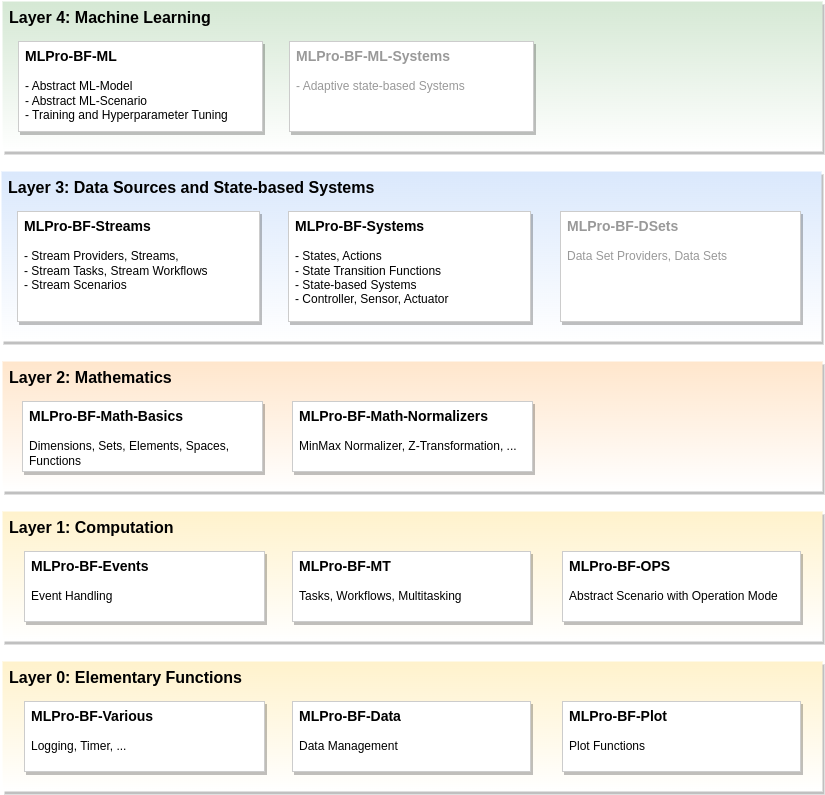
Above: doc/rtd/content/02_basic_functions/mlpro_bf/sub/images/MLPro-BF_Overview.drawio.png in fhswf/MLPro (draw.io), before the change. Source tidied: cells renumbered, new cells last; positions are measured from the earlier drawing's top-left corner, leaving out a move shared by most shapes.
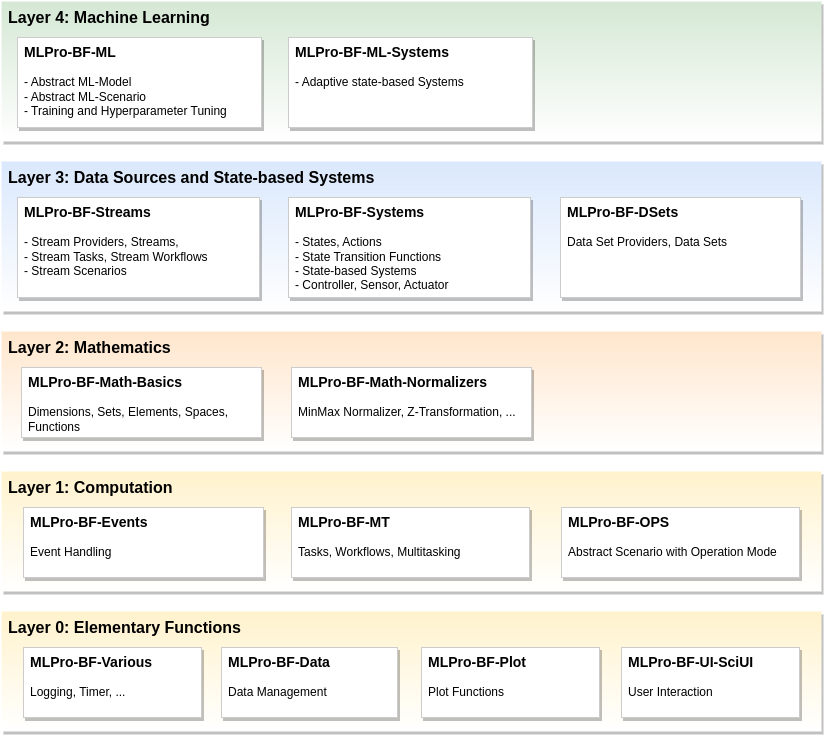
The same file after the commit.

Diff of the diagram source:
```diff
@@ -3,58 +3,61 @@
     <mxCell id="0" />
     <mxCell id="1" parent="0" />
     <mxCell id="2" value="Layer 0: Elementary Functions" style="rounded=0;whiteSpace=wrap;html=1;shadow=1;glass=0;fontSize=16;align=left;labelPosition=center;verticalLabelPosition=middle;verticalAlign=top;spacingLeft=5;fontStyle=1;strokeColor=none;fillColor=#fff2cc;strokeWidth=1;fontFamily=Helvetica;gradientColor=#FFFFFF;" parent="1" vertex="1">
-      <mxGeometry x="1" y="660" width="820" height="130" as="geometry" />
+      <mxGeometry x="1" y="610" width="820" height="120" as="geometry" />
     </mxCell>
     <mxCell id="3" value="Layer 3: Data Sources and State-based Systems" style="rounded=0;whiteSpace=wrap;html=1;shadow=1;glass=0;fontSize=16;align=left;labelPosition=center;verticalLabelPosition=middle;verticalAlign=top;spacingLeft=5;spacingRight=5;fontStyle=1;fillColor=#dae8fc;strokeColor=none;strokeWidth=2;gradientColor=#FFFFFF;" parent="1" vertex="1">
-      <mxGeometry y="170" width="820" height="170" as="geometry" />
+      <mxGeometry x="1" y="160" width="820" height="150" as="geometry" />
     </mxCell>
     <mxCell id="4" value="Layer 2: Mathematics" style="rounded=0;whiteSpace=wrap;html=1;shadow=1;glass=0;fontSize=16;align=left;labelPosition=center;verticalLabelPosition=middle;verticalAlign=top;spacingLeft=5;fontStyle=1;fillColor=#ffe6cc;strokeColor=none;strokeWidth=1;gradientColor=#FFFFFF;" parent="1" vertex="1">
-      <mxGeometry x="1" y="360" width="820" height="130" as="geometry" />
+      <mxGeometry x="1" y="330" width="820" height="120" as="geometry" />
     </mxCell>
     <mxCell id="5" value="Layer 1: Computation" style="rounded=0;whiteSpace=wrap;html=1;shadow=1;glass=0;fontSize=16;align=left;labelPosition=center;verticalLabelPosition=middle;verticalAlign=top;spacingLeft=5;fontStyle=1;fillColor=#fff2cc;strokeColor=none;strokeWidth=1;gradientColor=#FFFFFF;" parent="1" vertex="1">
-      <mxGeometry x="1" y="510" width="820" height="130" as="geometry" />
+      <mxGeometry x="1" y="470" width="820" height="120" as="geometry" />
     </mxCell>
     <mxCell id="6" value="&lt;font style=&quot;font-size: 14px;&quot;&gt;MLPro-BF-Various&lt;/font&gt;&lt;br&gt;&lt;span style=&quot;font-weight: normal;&quot;&gt;&lt;br&gt;Logging, Timer, ...&lt;/span&gt;" style="rounded=0;whiteSpace=wrap;html=1;glass=0;shadow=1;align=left;verticalAlign=top;fontStyle=1;spacingLeft=5;strokeColor=#CCCCCC;" parent="1" vertex="1">
-      <mxGeometry x="23" y="700" width="240" height="70" as="geometry" />
+      <mxGeometry x="23" y="646" width="178" height="70" as="geometry" />
     </mxCell>
     <mxCell id="7" value="&lt;font style=&quot;font-size: 14px;&quot;&gt;MLPro-BF-Math-Basics&lt;br&gt;&lt;/font&gt;&lt;span style=&quot;font-weight: normal;&quot;&gt;&lt;br&gt;Dimensions, Sets, Elements, Spaces, Functions&lt;/span&gt;" style="rounded=0;whiteSpace=wrap;html=1;glass=0;shadow=1;align=left;verticalAlign=top;fontStyle=1;spacingLeft=5;strokeColor=#CCCCCC;" parent="1" vertex="1">
-      <mxGeometry x="21" y="400" width="240" height="70" as="geometry" />
+      <mxGeometry x="21" y="366" width="240" height="70" as="geometry" />
     </mxCell>
     <mxCell id="8" value="&lt;font style=&quot;font-size: 14px;&quot;&gt;MLPro-BF-Events&lt;/font&gt;&lt;br&gt;&lt;br&gt;&lt;span style=&quot;font-weight: normal;&quot;&gt;Event Handling&lt;/span&gt;" style="rounded=0;whiteSpace=wrap;html=1;glass=0;shadow=1;align=left;verticalAlign=top;fontStyle=1;spacingLeft=5;strokeColor=#CCCCCC;" parent="1" vertex="1">
-      <mxGeometry x="23" y="550" width="240" height="70" as="geometry" />
+      <mxGeometry x="23" y="506" width="240" height="70" as="geometry" />
     </mxCell>
     <mxCell id="9" value="&lt;font style=&quot;font-size: 14px;&quot;&gt;MLPro-BF-MT &lt;/font&gt;&lt;br&gt;&lt;br&gt;&lt;span style=&quot;font-weight: normal;&quot;&gt;Tasks, Workflows, Multitasking&amp;nbsp;&lt;/span&gt;" style="rounded=0;whiteSpace=wrap;html=1;glass=0;shadow=1;align=left;verticalAlign=top;fontStyle=1;spacingLeft=5;strokeColor=#CCCCCC;" parent="1" vertex="1">
-      <mxGeometry x="291" y="550" width="238" height="70" as="geometry" />
+      <mxGeometry x="291" y="506" width="238" height="70" as="geometry" />
     </mxCell>
     <mxCell id="10" value="&lt;font style=&quot;font-size: 14px;&quot;&gt;MLPro-BF-Streams&lt;/font&gt;&lt;br&gt;&lt;br&gt;&lt;span style=&quot;font-weight: normal;&quot;&gt;- Stream Providers, Streams,&lt;br&gt;- Stream Tasks, Stream Workflows&lt;br&gt;- Stream Scenarios&lt;br&gt;&lt;/span&gt;" style="rounded=0;whiteSpace=wrap;html=1;glass=0;shadow=1;align=left;verticalAlign=top;fontStyle=1;spacingLeft=5;strokeColor=#CCCCCC;" parent="1" vertex="1">
-      <mxGeometry x="16" y="210" width="242" height="110" as="geometry" />
+      <mxGeometry x="17" y="196" width="242" height="100" as="geometry" />
     </mxCell>
     <mxCell id="11" value="&lt;font style=&quot;font-size: 14px;&quot;&gt;MLPro-BF-Data&lt;/font&gt;&lt;br&gt;&lt;span style=&quot;font-weight: normal;&quot;&gt;&lt;br&gt;Data Management&lt;/span&gt;" style="rounded=0;whiteSpace=wrap;html=1;glass=0;shadow=1;align=left;verticalAlign=top;fontStyle=1;spacingLeft=5;strokeColor=#CCCCCC;" parent="1" vertex="1">
-      <mxGeometry x="291" y="700" width="238" height="70" as="geometry" />
+      <mxGeometry x="221" y="646" width="176" height="70" as="geometry" />
     </mxCell>
     <mxCell id="12" value="&lt;font style=&quot;font-size: 14px;&quot;&gt;MLPro-BF-Plot&lt;/font&gt;&lt;br&gt;&lt;span style=&quot;font-weight: normal;&quot;&gt;&lt;br&gt;Plot Functions&lt;/span&gt;" style="rounded=0;whiteSpace=wrap;html=1;glass=0;shadow=1;align=left;verticalAlign=top;fontStyle=1;spacingLeft=5;strokeColor=#CCCCCC;" parent="1" vertex="1">
-      <mxGeometry x="561" y="700" width="238" height="70" as="geometry" />
+      <mxGeometry x="421" y="646" width="178" height="70" as="geometry" />
     </mxCell>
-    <mxCell id="13" value="&lt;font style=&quot;font-size: 14px;&quot;&gt;MLPro-BF-DSets&amp;nbsp;&lt;/font&gt;&lt;br&gt;&lt;br&gt;&lt;span style=&quot;font-weight: normal;&quot;&gt;Data Set Providers, Data Sets&lt;/span&gt;" style="rounded=0;whiteSpace=wrap;html=1;glass=0;shadow=1;align=left;verticalAlign=top;fontStyle=1;spacingLeft=5;strokeColor=#CCCCCC;textOpacity=40;" parent="1" vertex="1">
-      <mxGeometry x="559" y="210" width="240" height="110" as="geometry" />
+    <mxCell id="13" value="&lt;font style=&quot;font-size: 14px;&quot;&gt;MLPro-BF-DSets&amp;nbsp;&lt;/font&gt;&lt;br&gt;&lt;br&gt;&lt;span style=&quot;font-weight: normal;&quot;&gt;Data Set Providers, Data Sets&lt;/span&gt;" style="rounded=0;whiteSpace=wrap;html=1;glass=0;shadow=1;align=left;verticalAlign=top;fontStyle=1;spacingLeft=5;strokeColor=#CCCCCC;" parent="1" vertex="1">
+      <mxGeometry x="560" y="196" width="240" height="100" as="geometry" />
     </mxCell>
     <mxCell id="14" value="&lt;span style=&quot;font-size: 14px;&quot;&gt;MLPro-BF-OPS&lt;br&gt;&lt;/span&gt;&lt;br&gt;&lt;span style=&quot;font-weight: 400;&quot;&gt;Abstract Scenario with Operation Mode&lt;/span&gt;" style="rounded=0;whiteSpace=wrap;html=1;glass=0;shadow=1;align=left;verticalAlign=top;fontStyle=1;spacingLeft=5;strokeColor=#CCCCCC;" parent="1" vertex="1">
-      <mxGeometry x="561" y="550" width="238" height="70" as="geometry" />
+      <mxGeometry x="561" y="506" width="238" height="70" as="geometry" />
     </mxCell>
     <mxCell id="15" value="&lt;font style=&quot;font-size: 14px;&quot;&gt;MLPro-BF-Systems&lt;br&gt;&lt;/font&gt;&lt;span style=&quot;font-weight: normal;&quot;&gt;&lt;br&gt;- States, Actions&lt;br&gt;- State Transition Functions&lt;br&gt;- State-based Systems&lt;br&gt;- Controller, Sensor, Actuator&lt;br&gt;&lt;/span&gt;" style="rounded=0;whiteSpace=wrap;html=1;glass=0;shadow=1;align=left;verticalAlign=top;fontStyle=1;spacingLeft=5;strokeColor=#CCCCCC;" parent="1" vertex="1">
-      <mxGeometry x="287" y="210" width="242" height="110" as="geometry" />
+      <mxGeometry x="288" y="196" width="242" height="100" as="geometry" />
     </mxCell>
     <mxCell id="16" value="Layer 4: Machine Learning" style="rounded=0;whiteSpace=wrap;html=1;shadow=1;glass=0;fontSize=16;align=left;labelPosition=center;verticalLabelPosition=middle;verticalAlign=top;spacingLeft=5;spacingRight=5;fontStyle=1;fillColor=#d5e8d4;strokeColor=none;strokeWidth=2;gradientColor=#FFFFFF;" parent="1" vertex="1">
-      <mxGeometry x="1" width="820" height="150" as="geometry" />
+      <mxGeometry x="1" width="820" height="140" as="geometry" />
     </mxCell>
     <mxCell id="17" value="&lt;font style=&quot;font-size: 14px;&quot;&gt;MLPro-BF-ML&lt;/font&gt;&lt;span style=&quot;background-color: initial; font-weight: normal;&quot;&gt;&lt;br&gt;&lt;/span&gt;&lt;span style=&quot;background-color: initial; font-weight: normal;&quot;&gt;&lt;br&gt;&lt;/span&gt;&lt;span style=&quot;background-color: initial; font-weight: normal;&quot;&gt;- Abstract ML-Model&lt;/span&gt;&lt;span style=&quot;background-color: initial; font-weight: normal;&quot;&gt;&lt;br&gt;&lt;/span&gt;&lt;span style=&quot;background-color: initial; font-weight: normal;&quot;&gt;- Abstract ML-Scenario&lt;/span&gt;&lt;span style=&quot;background-color: initial; font-weight: normal;&quot;&gt;&lt;br&gt;&lt;/span&gt;&lt;span style=&quot;background-color: initial; font-weight: normal;&quot;&gt;- Training and Hyperparameter Tuning&lt;/span&gt;&lt;span style=&quot;background-color: initial; font-weight: normal;&quot;&gt;&lt;br&gt;&lt;/span&gt;&lt;blockquote style=&quot;margin: 0 0 0 40px; border: none; padding: 0px;&quot;&gt;&lt;/blockquote&gt;&lt;blockquote style=&quot;margin: 0 0 0 40px; border: none; padding: 0px;&quot;&gt;&lt;/blockquote&gt;" style="rounded=0;whiteSpace=wrap;html=1;glass=0;shadow=1;align=left;verticalAlign=top;fontStyle=1;spacingLeft=5;strokeColor=#CCCCCC;" parent="1" vertex="1">
-      <mxGeometry x="17" y="40" width="244" height="90" as="geometry" />
+      <mxGeometry x="17" y="36" width="244" height="90" as="geometry" />
     </mxCell>
     <mxCell id="18" value="&lt;font style=&quot;font-size: 14px;&quot;&gt;MLPro-BF-Math-Normalizers&lt;br&gt;&lt;/font&gt;&lt;span style=&quot;font-weight: normal;&quot;&gt;&lt;br&gt;MinMax Normalizer, Z-Transformation, ...&lt;/span&gt;" style="rounded=0;whiteSpace=wrap;html=1;glass=0;shadow=1;align=left;verticalAlign=top;fontStyle=1;spacingLeft=5;strokeColor=#CCCCCC;" parent="1" vertex="1">
-      <mxGeometry x="291" y="400" width="240" height="70" as="geometry" />
+      <mxGeometry x="291" y="366" width="240" height="70" as="geometry" />
     </mxCell>
-    <mxCell id="19" value="&lt;font style=&quot;font-size: 14px;&quot;&gt;MLPro-BF-ML-Systems&lt;/font&gt;&lt;span style=&quot;background-color: initial; font-weight: normal;&quot;&gt;&lt;br&gt;&lt;/span&gt;&lt;span style=&quot;background-color: initial; font-weight: normal;&quot;&gt;&lt;br&gt;- Adaptive state-based Systems&lt;/span&gt;&lt;span style=&quot;background-color: initial; font-weight: normal;&quot;&gt;&lt;br&gt;&lt;/span&gt;&lt;blockquote style=&quot;margin: 0 0 0 40px; border: none; padding: 0px;&quot;&gt;&lt;/blockquote&gt;&lt;blockquote style=&quot;margin: 0 0 0 40px; border: none; padding: 0px;&quot;&gt;&lt;/blockquote&gt;" style="rounded=0;whiteSpace=wrap;html=1;glass=0;shadow=1;align=left;verticalAlign=top;fontStyle=1;spacingLeft=5;strokeColor=#CCCCCC;textOpacity=40;" parent="1" vertex="1">
-      <mxGeometry x="288" y="40" width="244" height="90" as="geometry" />
+    <mxCell id="19" value="&lt;font style=&quot;font-size: 14px;&quot;&gt;MLPro-BF-ML-Systems&lt;/font&gt;&lt;span style=&quot;background-color: initial; font-weight: normal;&quot;&gt;&lt;br&gt;&lt;/span&gt;&lt;span style=&quot;background-color: initial; font-weight: normal;&quot;&gt;&lt;br&gt;- Adaptive state-based Systems&lt;/span&gt;&lt;span style=&quot;background-color: initial; font-weight: normal;&quot;&gt;&lt;br&gt;&lt;/span&gt;&lt;blockquote style=&quot;margin: 0 0 0 40px; border: none; padding: 0px;&quot;&gt;&lt;/blockquote&gt;&lt;blockquote style=&quot;margin: 0 0 0 40px; border: none; padding: 0px;&quot;&gt;&lt;/blockquote&gt;" style="rounded=0;whiteSpace=wrap;html=1;glass=0;shadow=1;align=left;verticalAlign=top;fontStyle=1;spacingLeft=5;strokeColor=#CCCCCC;" parent="1" vertex="1">
+      <mxGeometry x="288" y="36" width="244" height="90" as="geometry" />
     </mxCell>
+    <mxCell id="20" value="&lt;font style=&quot;font-size: 14px;&quot;&gt;MLPro-BF-UI-SciUI&lt;/font&gt;&lt;br&gt;&lt;span style=&quot;font-weight: normal;&quot;&gt;&lt;br&gt;User Interaction&lt;/span&gt;" style="rounded=0;whiteSpace=wrap;html=1;glass=0;shadow=1;align=left;verticalAlign=top;fontStyle=1;spacingLeft=5;strokeColor=#CCCCCC;" parent="1" vertex="1">
+      <mxGeometry x="621" y="646" width="178" height="70" as="geometry" />
+    </mxCell>
   </root>
 </mxGraphModel>
```
